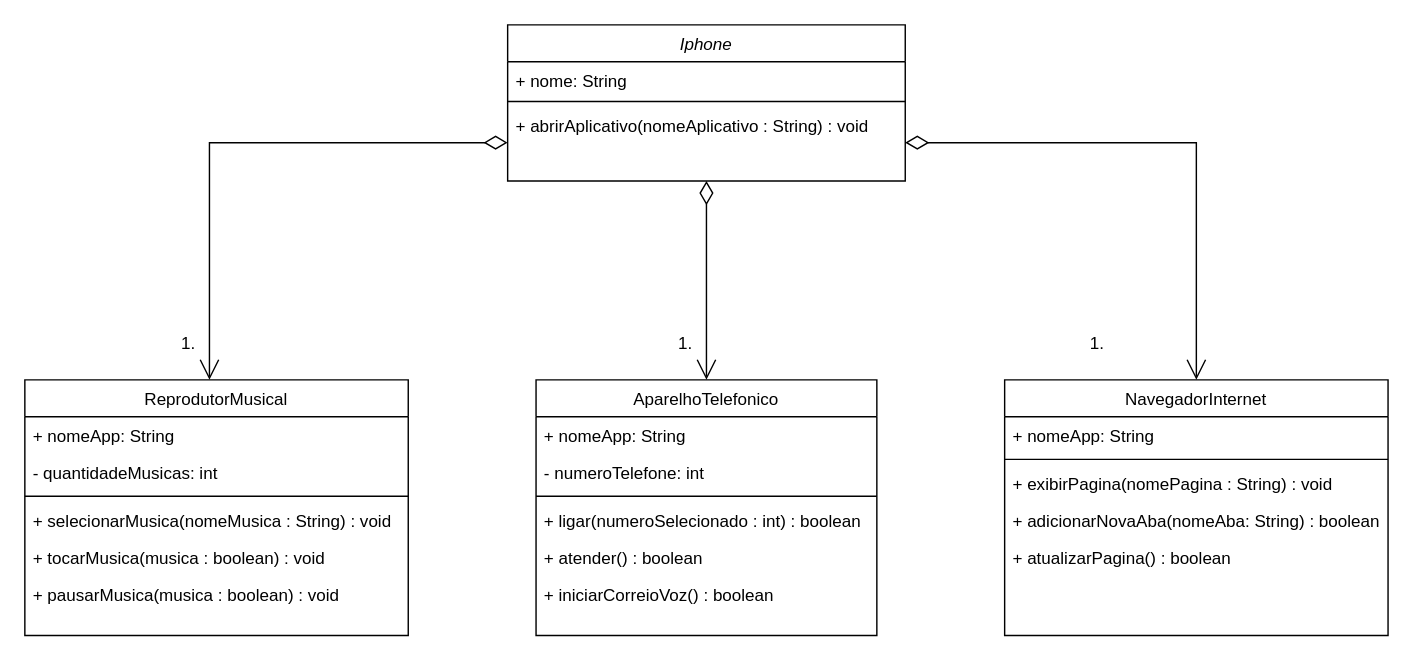
This is uml/uml.drawio from Leonardo-Gross/projeto-iphone-dio, a draw.io file, before an edit. Source tidied: cells renumbered, new cells numbered last; positions are measured from the earlier drawing's top-left corner, leaving out a move shared by most shapes. Both pictures are drawn from the tidied source at 142%, with x=0, y=0 at pixel (24, 24).
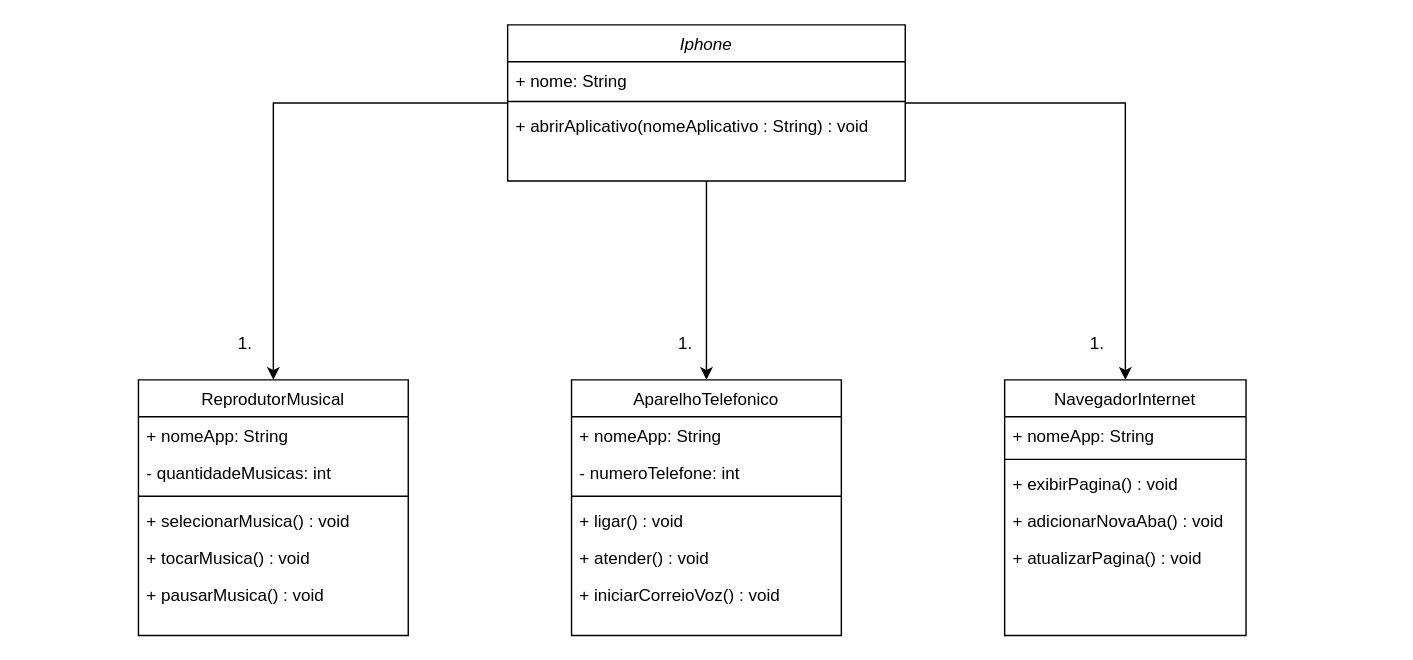
Above is the later version.

Commit message (it also covers changes not shown here):
Realização do diagrama e código do Iphone

Unchanged cells that the change refers to:
```xml
<mxCell id="2" value="Iphone" style="swimlane;fontStyle=2;align=center;verticalAlign=top;horizontal=1;startSize=26;rounded=0;shadow=0;strokeWidth=1;" parent="1" vertex="1">
  <mxGeometry x="340" width="280" height="110" as="geometry" />
</mxCell>
<mxCell id="5" value="+ abrirAplicativo(nomeAplicativo : String) : void" style="text;strokeColor=none;fillColor=none;align=left;verticalAlign=top;spacingLeft=4;spacingRight=4;overflow=hidden;points=[[0,0.5],[1,0.5]];portConstraint=eastwest;whiteSpace=wrap;html=1;" parent="2" vertex="1">
  <mxGeometry y="58" width="280" height="26" as="geometry" />
</mxCell>
```

Change to the diagram source:
```diff
@@
+    <mxCell id="32" style="edgeStyle=orthogonalEdgeStyle;rounded=0;jettySize=auto;html=1;entryX=0.5;entryY=0;entryDx=0;entryDy=0;" parent="1" edge="1" source="2" target="6">
+      <mxGeometry relative="1" as="geometry" />
+    </mxCell>
+    <mxCell id="33" style="edgeStyle=orthogonalEdgeStyle;rounded=0;jettySize=auto;html=1;entryX=0.5;entryY=0;entryDx=0;entryDy=0;" parent="1" edge="1" source="2" target="21">
+      <mxGeometry relative="1" as="geometry" />
+    </mxCell>
+    <mxCell id="20" style="edgeStyle=orthogonalEdgeStyle;rounded=0;jettySize=auto;html=1;entryX=0.5;entryY=0;entryDx=0;entryDy=0;" parent="1" edge="1" source="2" target="13">
+      <mxGeometry relative="1" as="geometry" />
+    </mxCell>
@@
     <mxCell id="6" value="ReprodutorMusical" style="swimlane;fontStyle=0;align=center;verticalAlign=top;horizontal=1;startSize=26;rounded=0;shadow=0;strokeWidth=1;" parent="1" vertex="1">
-      <mxGeometry y="250" width="270" height="180" as="geometry" />
+      <mxGeometry x="80" y="250" width="190" height="180" as="geometry" />
     </mxCell>
     <mxCell id="7" value="+ nomeApp: String" style="text;align=left;verticalAlign=top;spacingLeft=4;spacingRight=4;overflow=hidden;rounded=0;shadow=0;html=0;" parent="6" vertex="1">
-      <mxGeometry y="26" width="270" height="26" as="geometry" />
+      <mxGeometry y="26" width="190" height="26" as="geometry" />
     </mxCell>
     <mxCell id="8" value="- quantidadeMusicas: int" style="text;align=left;verticalAlign=top;spacingLeft=4;spacingRight=4;overflow=hidden;rounded=0;shadow=0;html=0;" parent="6" vertex="1">
-      <mxGeometry y="52" width="270" height="26" as="geometry" />
+      <mxGeometry y="52" width="190" height="26" as="geometry" />
     </mxCell>
     <mxCell id="9" style="line;html=1;strokeWidth=1;align=left;verticalAlign=middle;spacingTop=-1;spacingLeft=3;spacingRight=3;labelPosition=right;" parent="6" vertex="1">
-      <mxGeometry y="78" width="270" height="8" as="geometry" />
+      <mxGeometry y="78" width="190" height="8" as="geometry" />
     </mxCell>
-    <mxCell id="10" value="+ selecionarMusica(nomeMusica : String) : void" style="text;strokeColor=none;fillColor=none;align=left;verticalAlign=top;spacingLeft=4;spacingRight=4;overflow=hidden;whiteSpace=wrap;html=1;" parent="6" vertex="1">
-      <mxGeometry y="86" width="270" height="26" as="geometry" />
+    <mxCell id="10" value="+ selecionarMusica() : void" style="text;strokeColor=none;fillColor=none;align=left;verticalAlign=top;spacingLeft=4;spacingRight=4;overflow=hidden;whiteSpace=wrap;html=1;" parent="6" vertex="1">
+      <mxGeometry y="86" width="190" height="26" as="geometry" />
     </mxCell>
-    <mxCell id="11" value="+ tocarMusica(musica : boolean) : void" style="text;strokeColor=none;fillColor=none;align=left;verticalAlign=top;spacingLeft=4;spacingRight=4;overflow=hidden;whiteSpace=wrap;html=1;" parent="6" vertex="1">
-      <mxGeometry y="112" width="270" height="26" as="geometry" />
+    <mxCell id="11" value="+ tocarMusica() : void" style="text;strokeColor=none;fillColor=none;align=left;verticalAlign=top;spacingLeft=4;spacingRight=4;overflow=hidden;whiteSpace=wrap;html=1;" parent="6" vertex="1">
+      <mxGeometry y="112" width="190" height="26" as="geometry" />
     </mxCell>
-    <mxCell id="12" value="+ pausarMusica(musica : boolean) : void" style="text;strokeColor=none;fillColor=none;align=left;verticalAlign=top;spacingLeft=4;spacingRight=4;overflow=hidden;whiteSpace=wrap;html=1;" parent="6" vertex="1">
-      <mxGeometry y="138" width="270" height="28" as="geometry" />
+    <mxCell id="12" value="+ pausarMusica() : void" style="text;strokeColor=none;fillColor=none;align=left;verticalAlign=top;spacingLeft=4;spacingRight=4;overflow=hidden;whiteSpace=wrap;html=1;" parent="6" vertex="1">
+      <mxGeometry y="138" width="190" height="28" as="geometry" />
     </mxCell>
     <mxCell id="13" value="AparelhoTelefonico" style="swimlane;fontStyle=0;align=center;verticalAlign=top;horizontal=1;startSize=26;rounded=0;shadow=0;strokeWidth=1;" parent="1" vertex="1">
-      <mxGeometry x="360" y="250" width="240" height="180" as="geometry" />
+      <mxGeometry x="385" y="250" width="190" height="180" as="geometry" />
     </mxCell>
     <mxCell id="14" value="+ nomeApp: String" style="text;align=left;verticalAlign=top;spacingLeft=4;spacingRight=4;overflow=hidden;rounded=0;shadow=0;html=0;" parent="13" vertex="1">
-      <mxGeometry y="26" width="240" height="26" as="geometry" />
+      <mxGeometry y="26" width="190" height="26" as="geometry" />
     </mxCell>
     <mxCell id="15" value="- numeroTelefone: int" style="text;align=left;verticalAlign=top;spacingLeft=4;spacingRight=4;overflow=hidden;" parent="13" vertex="1">
-      <mxGeometry y="52" width="240" height="26" as="geometry" />
+      <mxGeometry y="52" width="190" height="26" as="geometry" />
     </mxCell>
     <mxCell id="16" style="line;html=1;strokeWidth=1;align=left;verticalAlign=middle;spacingTop=-1;spacingLeft=3;spacingRight=3;labelPosition=right;" parent="13" vertex="1">
-      <mxGeometry y="78" width="240" height="8" as="geometry" />
+      <mxGeometry y="78" width="190" height="8" as="geometry" />
     </mxCell>
-    <mxCell id="17" value="+ ligar(numeroSelecionado : int) : boolean&amp;nbsp;" style="text;strokeColor=none;fillColor=none;align=left;verticalAlign=top;spacingLeft=4;spacingRight=4;overflow=hidden;whiteSpace=wrap;html=1;" parent="13" vertex="1">
-      <mxGeometry y="86" width="240" height="26" as="geometry" />
+    <mxCell id="17" value="+ ligar() : void&amp;nbsp;" style="text;strokeColor=none;fillColor=none;align=left;verticalAlign=top;spacingLeft=4;spacingRight=4;overflow=hidden;whiteSpace=wrap;html=1;" parent="13" vertex="1">
+      <mxGeometry y="86" width="190" height="26" as="geometry" />
     </mxCell>
-    <mxCell id="18" value="+ atender() : boolean" style="text;strokeColor=none;fillColor=none;align=left;verticalAlign=top;spacingLeft=4;spacingRight=4;overflow=hidden;whiteSpace=wrap;html=1;" parent="13" vertex="1">
-      <mxGeometry y="112" width="240" height="26" as="geometry" />
+    <mxCell id="18" value="+ atender() : void" style="text;strokeColor=none;fillColor=none;align=left;verticalAlign=top;spacingLeft=4;spacingRight=4;overflow=hidden;whiteSpace=wrap;html=1;" parent="13" vertex="1">
+      <mxGeometry y="112" width="190" height="26" as="geometry" />
     </mxCell>
-    <mxCell id="19" value="+ iniciarCorreioVoz() : boolean" style="text;strokeColor=none;fillColor=none;align=left;verticalAlign=top;spacingLeft=4;spacingRight=4;overflow=hidden;whiteSpace=wrap;html=1;" parent="13" vertex="1">
-      <mxGeometry y="138" width="240" height="26" as="geometry" />
+    <mxCell id="19" value="+ iniciarCorreioVoz() : void" style="text;strokeColor=none;fillColor=none;align=left;verticalAlign=top;spacingLeft=4;spacingRight=4;overflow=hidden;whiteSpace=wrap;html=1;" parent="13" vertex="1">
+      <mxGeometry y="138" width="190" height="26" as="geometry" />
     </mxCell>
-    <mxCell id="20" style="endArrow=open;endSize=12;endFill=0;shadow=0;strokeWidth=1;rounded=0;curved=0;edgeStyle=orthogonalEdgeStyle;elbow=vertical;html=1;startArrow=diamondThin;startSize=14;startFill=0;align=left;verticalAlign=bottom;" parent="1" edge="1" source="2" target="13">
-      <mxGeometry relative="1" as="geometry" />
-    </mxCell>
     <mxCell id="21" value="NavegadorInternet" style="swimlane;fontStyle=0;align=center;verticalAlign=top;horizontal=1;startSize=26;rounded=0;shadow=0;strokeWidth=1;" parent="1" vertex="1">
-      <mxGeometry x="690" y="250" width="270" height="180" as="geometry" />
+      <mxGeometry x="690" y="250" width="170" height="180" as="geometry" />
     </mxCell>
     <mxCell id="22" value="+ nomeApp: String" style="text;align=left;verticalAlign=top;spacingLeft=4;spacingRight=4;overflow=hidden;" parent="21" vertex="1">
-      <mxGeometry y="26" width="270" height="26" as="geometry" />
+      <mxGeometry y="26" width="170" height="26" as="geometry" />
     </mxCell>
     <mxCell id="23" style="line;html=1;strokeWidth=1;align=left;verticalAlign=middle;spacingTop=-1;spacingLeft=3;spacingRight=3;labelPosition=right;" parent="21" vertex="1">
-      <mxGeometry y="52" width="270" height="8" as="geometry" />
+      <mxGeometry y="52" width="170" height="8" as="geometry" />
     </mxCell>
-    <mxCell id="24" value="+ exibirPagina(nomePagina : String) : void" style="text;strokeColor=none;fillColor=none;align=left;verticalAlign=top;spacingLeft=4;spacingRight=4;overflow=hidden;whiteSpace=wrap;html=1;" parent="21" vertex="1">
-      <mxGeometry y="60" width="270" height="26" as="geometry" />
+    <mxCell id="24" value="+ exibirPagina() : void" style="text;strokeColor=none;fillColor=none;align=left;verticalAlign=top;spacingLeft=4;spacingRight=4;overflow=hidden;whiteSpace=wrap;html=1;" parent="21" vertex="1">
+      <mxGeometry y="60" width="170" height="26" as="geometry" />
     </mxCell>
-    <mxCell id="25" value="+ adicionarNovaAba(nomeAba: String) : boolean" style="text;strokeColor=none;fillColor=none;align=left;verticalAlign=top;spacingLeft=4;spacingRight=4;overflow=hidden;whiteSpace=wrap;html=1;" parent="21" vertex="1">
-      <mxGeometry y="86" width="270" height="26" as="geometry" />
+    <mxCell id="25" value="+ adicionarNovaAba() : void" style="text;strokeColor=none;fillColor=none;align=left;verticalAlign=top;spacingLeft=4;spacingRight=4;overflow=hidden;whiteSpace=wrap;html=1;" parent="21" vertex="1">
+      <mxGeometry y="86" width="170" height="26" as="geometry" />
     </mxCell>
-    <mxCell id="26" value="+ atualizarPagina() : boolean" style="text;strokeColor=none;fillColor=none;align=left;verticalAlign=top;spacingLeft=4;spacingRight=4;overflow=hidden;whiteSpace=wrap;html=1;" parent="21" vertex="1">
-      <mxGeometry y="112" width="270" height="26" as="geometry" />
+    <mxCell id="26" value="+ atualizarPagina() : void" style="text;strokeColor=none;fillColor=none;align=left;verticalAlign=top;spacingLeft=4;spacingRight=4;overflow=hidden;whiteSpace=wrap;html=1;" parent="21" vertex="1">
+      <mxGeometry y="112" width="170" height="26" as="geometry" />
     </mxCell>
-    <mxCell id="27" style="endArrow=open;endSize=12;endFill=0;shadow=0;strokeWidth=1;rounded=0;curved=0;edgeStyle=orthogonalEdgeStyle;elbow=vertical;html=1;startArrow=diamondThin;startSize=14;startFill=0;align=left;verticalAlign=bottom;" parent="1" edge="1" source="5" target="6">
-      <mxGeometry relative="1" as="geometry">
-        <Array as="points">
-          <mxPoint x="130" y="83" />
-        </Array>
-      </mxGeometry>
-    </mxCell>
-    <mxCell id="28" style="endArrow=open;endSize=12;endFill=0;shadow=0;strokeWidth=1;rounded=0;curved=0;edgeStyle=orthogonalEdgeStyle;elbow=vertical;html=1;startArrow=diamondThin;startSize=14;startFill=0;align=left;verticalAlign=bottom;entryX=0.5;entryY=0;entryDx=0;entryDy=0;" parent="1" edge="1" source="5" target="21">
-      <mxGeometry relative="1" as="geometry">
-        <Array as="points">
-          <mxPoint x="825" y="83" />
-        </Array>
-      </mxGeometry>
-    </mxCell>
     <mxCell id="29" value="1." style="text;html=1;align=center;verticalAlign=middle;strokeColor=none;fillColor=none;" parent="1" vertex="1">
-      <mxGeometry x="100" y="210" width="30" height="30" as="geometry" />
+      <mxGeometry x="140" y="210" width="30" height="30" as="geometry" />
     </mxCell>
```
